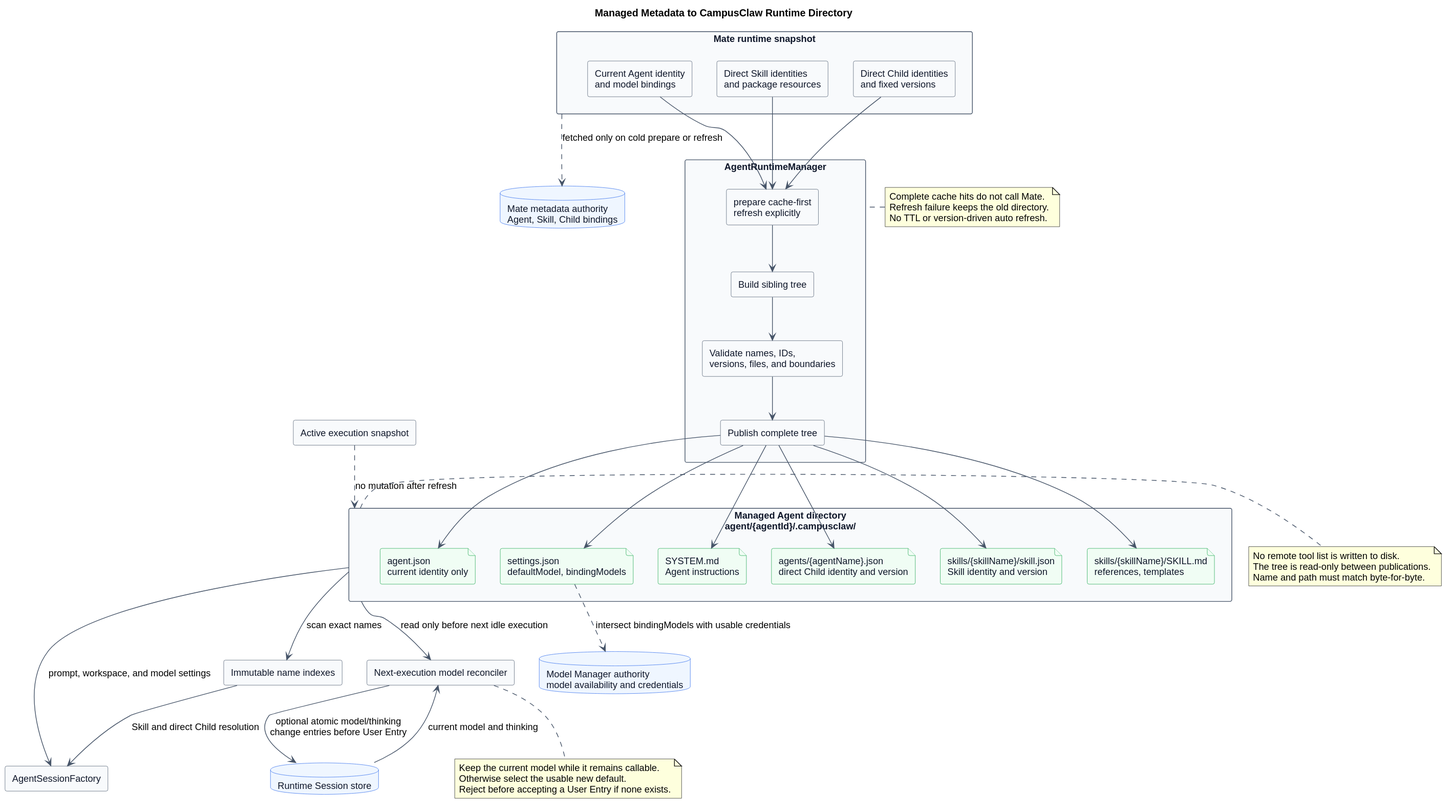
Before: 01-总体架构/01-CampusClaw多Agent运行时/设计图/元数据/metadata_runtime_directory_mapping.svg, a diagram exported from PlantUML (ssm0808/pi-mono-java-design).
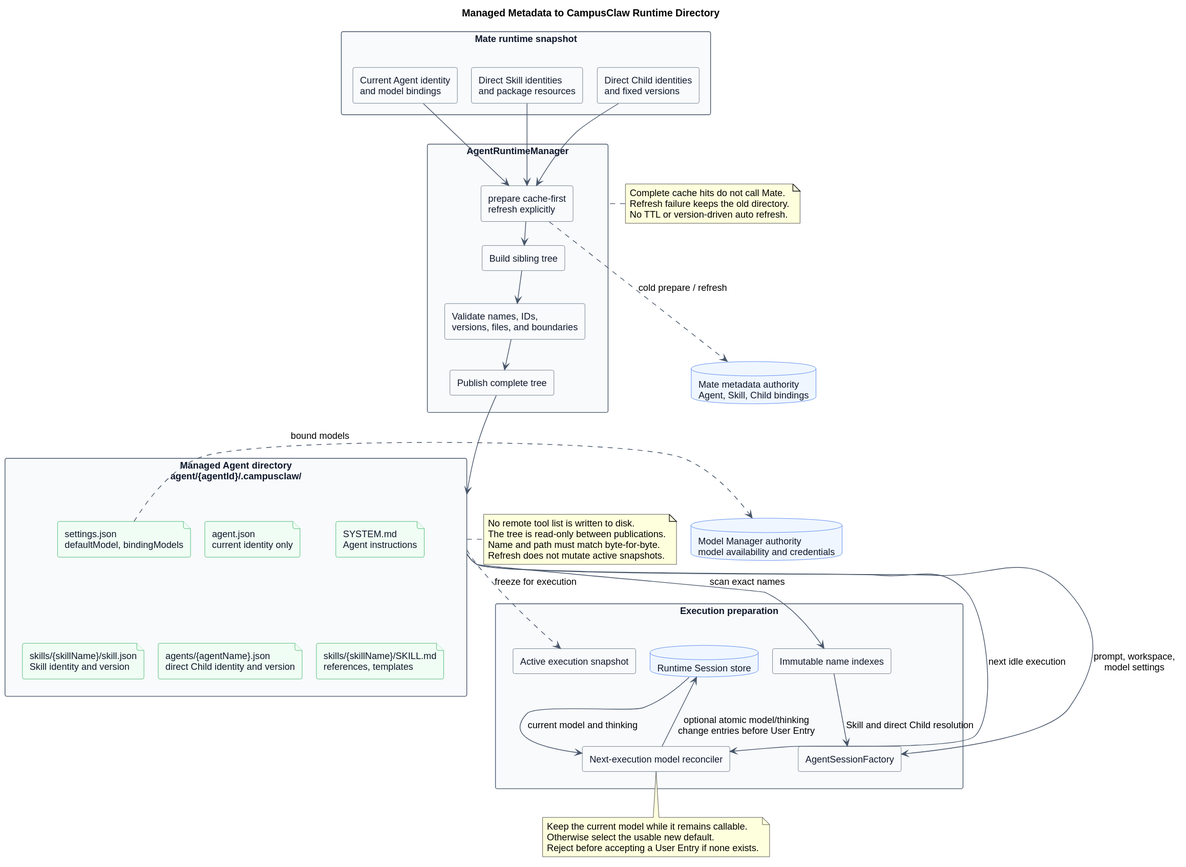
Later version of the same file.

Diff of the diagram source:
```diff
@@ -1,5 +1,8 @@
 @startuml
 title Managed Metadata to CampusClaw Runtime Directory
+top to bottom direction
+skinparam nodesep 20
+skinparam ranksep 30
 
 
 skinparam backgroundColor #FFFFFF
@@ -47,11 +50,13 @@
 
 database "Mate metadata authority\nAgent, Skill, Child bindings" as MateAuthority
 database "Model Manager authority\nmodel availability and credentials" as ModelManager
-rectangle "AgentSessionFactory" as SessionFactory
-rectangle "Immutable name indexes" as Indexes
-database "Runtime Session store" as SessionStore
-rectangle "Next-execution model reconciler" as Reconciler
-rectangle "Active execution snapshot" as ActiveSnapshot
+rectangle "Execution preparation" as Execution {
+  rectangle "Immutable name indexes" as Indexes
+  rectangle "AgentSessionFactory" as SessionFactory
+  rectangle "Next-execution model reconciler" as Reconciler
+  database "Runtime Session store" as SessionStore
+  rectangle "Active execution snapshot" as ActiveSnapshot
+}
 
 AgentMetadata --> Resolve
 SkillMetadata --> Resolve
@@ -59,27 +64,24 @@
 Resolve --> Build
 Build --> Validate
 Validate --> Publish
-Publish --> AgentFile
-Publish --> SettingsFile
-Publish --> SystemFile
-Publish --> ChildFile
-Publish --> SkillIdentityFile
-Publish --> SkillPackage
+Publish --> AgentDirectory
 
-Input ..> MateAuthority : fetched only on cold prepare or refresh
-SettingsFile ..> ModelManager : intersect bindingModels with usable credentials
-AgentDirectory --> Indexes : scan exact names
+Resolve .right.> MateAuthority : cold prepare / refresh
+SettingsFile .right.> ModelManager : bound models
+AgentDirectory -down-> Indexes : scan exact names
 Indexes --> SessionFactory : Skill and direct Child resolution
-AgentDirectory --> SessionFactory : prompt, workspace, and model settings
-AgentDirectory --> Reconciler : read only before next idle execution
+AgentDirectory -down-> SessionFactory : prompt, workspace,\nmodel settings
+AgentDirectory -down-> Reconciler : next idle execution
 SessionStore --> Reconciler : current model and thinking
 Reconciler --> SessionStore : optional atomic model/thinking\nchange entries before User Entry
-ActiveSnapshot ..> AgentDirectory : no mutation after refresh
+AgentDirectory .down.> ActiveSnapshot : freeze for execution
+ActiveSnapshot -[hidden]right-> SessionStore
 
 note right of AgentDirectory
 No remote tool list is written to disk.
 The tree is read-only between publications.
 Name and path must match byte-for-byte.
+Refresh does not mutate active snapshots.
 end note
 
 note left of Manager
@@ -93,4 +95,9 @@
 Otherwise select the usable new default.
 Reject before accepting a User Entry if none exists.
 end note
+AgentFile -[hidden]down-> ChildFile
+SettingsFile -[hidden]down-> SkillIdentityFile
+SystemFile -[hidden]down-> SkillPackage
+AgentDirectory -[hidden]down-> Execution
+MateAuthority -[hidden]down-> ModelManager
 @enduml
```
